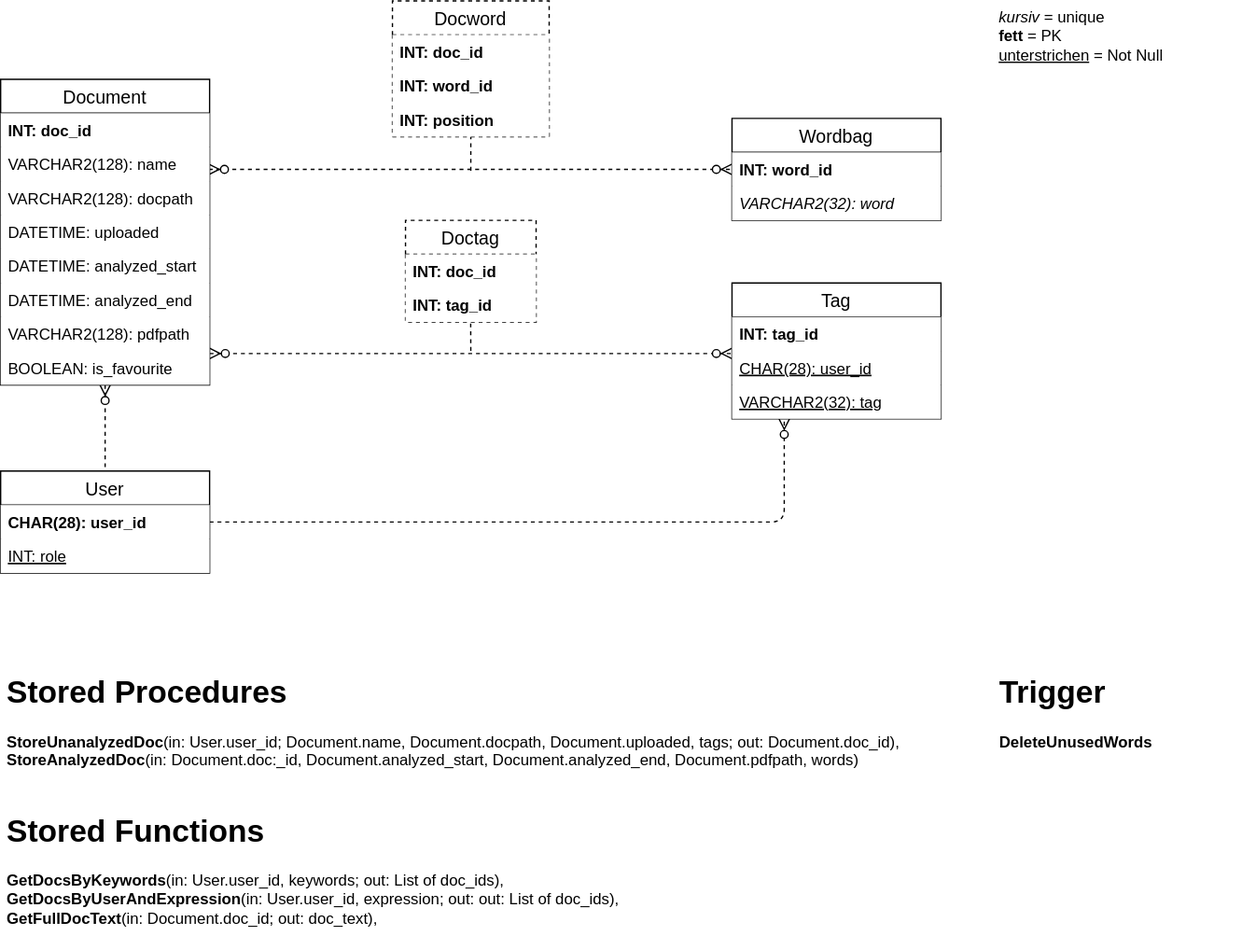
Above: docs/Dokumentation/img/doc-ver_Diagramme-ER-Diagramm.svg in doc-ver/Doku (draw.io), before the change. Source tidied: cells renumbered, new cells last; positions are measured from the earlier drawing's top-left corner, leaving out a move shared by most shapes.
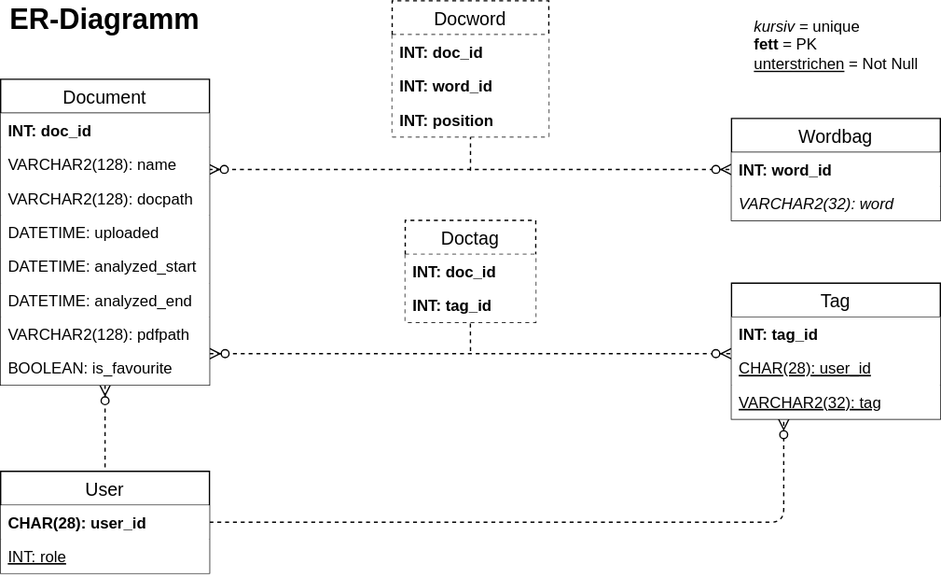
Later version of the same file.

Commit message:
Diagramme ueberarbeitet, Idee aus Expose hinzugefuegt

The edit, as a diff of the source:
```diff
@@ -2,123 +2,117 @@
   <root>
     <mxCell id="0" />
     <mxCell id="1" parent="0" />
-    <mxCell id="2" style="edgeStyle=entityRelationEdgeStyle;fontSize=12;html=1;endArrow=ERzeroToMany;endFill=1;startArrow=ERzeroToMany;exitX=0.996;exitY=0.654;exitDx=0;exitDy=0;entryX=0;entryY=0.5;entryDx=0;entryDy=0;dashed=1;exitPerimeter=0;" parent="1" edge="1" source="13" target="21">
+    <mxCell id="2" style="edgeStyle=entityRelationEdgeStyle;fontSize=12;html=1;endArrow=ERzeroToMany;endFill=1;startArrow=ERzeroToMany;exitX=0.996;exitY=0.654;exitDx=0;exitDy=0;entryX=0;entryY=0.5;entryDx=0;entryDy=0;dashed=1;exitPerimeter=0;" parent="1" edge="1" source="11" target="19">
       <mxGeometry relative="1" as="geometry" />
     </mxCell>
-    <mxCell id="3" style="endArrow=none;dashed=1;html=1;entryX=0.5;entryY=1;entryDx=0;entryDy=0;" parent="1" edge="1" target="23">
+    <mxCell id="3" style="endArrow=none;dashed=1;html=1;entryX=0.5;entryY=1;entryDx=0;entryDy=0;" parent="1" edge="1" target="21">
       <mxGeometry relative="1" as="geometry">
-        <mxPoint x="360" y="130" as="sourcePoint" />
+        <mxPoint x="547.5" y="123" as="sourcePoint" />
       </mxGeometry>
     </mxCell>
+    <mxCell id="38" value="ER-Diagramm" style="text;html=1;strokeColor=none;fillColor=none;align=center;verticalAlign=middle;whiteSpace=wrap;rounded=0;fontSize=22;fontStyle=1;" parent="1" vertex="1">
+      <mxGeometry x="192.5" y="-7" width="150" height="30" as="geometry" />
+    </mxCell>
-    <mxCell id="4" style="fontSize=12;html=1;endArrow=ERzeroToMany;endFill=1;startArrow=ERzeroToMany;dashed=1;entryX=0;entryY=0.077;entryDx=0;entryDy=0;entryPerimeter=0;" parent="1" edge="1" target="35">
+    <mxCell id="4" style="fontSize=12;html=1;endArrow=ERzeroToMany;endFill=1;startArrow=ERzeroToMany;dashed=1;entryX=0;entryY=0.077;entryDx=0;entryDy=0;entryPerimeter=0;" parent="1" edge="1" target="33">
       <mxGeometry relative="1" as="geometry">
-        <mxPoint x="160" y="270" as="sourcePoint" />
+        <mxPoint x="347.5" y="263" as="sourcePoint" />
       </mxGeometry>
     </mxCell>
-    <mxCell id="5" style="endArrow=none;dashed=1;html=1;entryX=0.499;entryY=0.999;entryDx=0;entryDy=0;entryPerimeter=0;" parent="1" edge="1" target="32">
+    <mxCell id="5" style="endArrow=none;dashed=1;html=1;entryX=0.499;entryY=0.999;entryDx=0;entryDy=0;entryPerimeter=0;" parent="1" edge="1" target="30">
       <mxGeometry relative="1" as="geometry">
-        <mxPoint x="360" y="268" as="sourcePoint" />
+        <mxPoint x="547.5" y="261" as="sourcePoint" />
       </mxGeometry>
     </mxCell>
     <mxCell id="6" value="&lt;div style=&quot;text-align: left&quot;&gt;&lt;span&gt;&lt;i&gt;kursiv &lt;/i&gt;= unique&lt;/span&gt;&lt;/div&gt;&lt;div style=&quot;text-align: left&quot;&gt;&lt;span&gt;&lt;b&gt;fett &lt;/b&gt;= PK&lt;/span&gt;&lt;/div&gt;&lt;div style=&quot;text-align: left&quot;&gt;&lt;span&gt;&lt;u&gt;unterstrichen&lt;/u&gt; = Not Null&lt;br&gt;&lt;/span&gt;&lt;/div&gt;" style="text;html=1;strokeColor=none;fillColor=none;align=center;verticalAlign=middle;whiteSpace=wrap;rounded=0;glass=0;dashed=1;" parent="1" vertex="1">
       <mxGeometry x="760" width="135" height="53" as="geometry" />
     </mxCell>
-    <mxCell id="7" style="fontSize=12;html=1;endArrow=none;endFill=0;startArrow=ERzeroToMany;exitX=0.5;exitY=1;exitDx=0;exitDy=0;dashed=1;entryX=0.5;entryY=0;entryDx=0;entryDy=0;" parent="1" edge="1" source="11" target="27">
+    <mxCell id="7" style="fontSize=12;html=1;endArrow=none;endFill=0;startArrow=ERzeroToMany;exitX=0.5;exitY=1;exitDx=0;exitDy=0;dashed=1;entryX=0.5;entryY=0;entryDx=0;entryDy=0;" parent="1" edge="1" source="9" target="25">
       <mxGeometry relative="1" as="geometry" />
     </mxCell>
-    <mxCell id="8" value="&lt;h1&gt;Stored Procedures&lt;/h1&gt;&lt;p&gt;&lt;b&gt;StoreUnanalyzedDoc&lt;/b&gt;(in: User.user_id; Document.name, Document.docpath, Document.uploaded, tags; out: Document.doc_id),&lt;br&gt;&lt;b&gt;StoreAnalyzedDoc&lt;/b&gt;(in: Document.doc:_id, Document.analyzed_start, Document.analyzed_end, Document.pdfpath, words)&lt;br&gt;&lt;/p&gt;" style="text;html=1;strokeColor=none;fillColor=none;spacing=5;spacingTop=-20;whiteSpace=wrap;overflow=hidden;rounded=0;" parent="1" vertex="1">
-      <mxGeometry y="510" width="710" height="106" as="geometry" />
+    <mxCell id="8" style="fontSize=12;html=1;endArrow=ERzeroToMany;endFill=1;startArrow=none;exitX=1;exitY=0.5;exitDx=0;exitDy=0;dashed=1;entryX=0.25;entryY=1;entryDx=0;entryDy=0;startFill=0;" parent="1" edge="1" source="25" target="31">
+      <mxGeometry relative="1" as="geometry">
+        <Array as="points">
+          <mxPoint x="787.5" y="392" />
+        </Array>
+      </mxGeometry>
     </mxCell>
-    <mxCell id="9" style="fontSize=12;html=1;endArrow=ERzeroToMany;endFill=1;startArrow=none;exitX=1;exitY=0.5;exitDx=0;exitDy=0;dashed=1;entryX=0.25;entryY=1;entryDx=0;entryDy=0;startFill=0;" parent="1" edge="1" source="27" target="33">
-      <mxGeometry relative="1" as="geometry">
-        <Array as="points">
-          <mxPoint x="600" y="399" />
-        </Array>
-      </mxGeometry>
+    <mxCell id="9" value="Document" style="swimlane;fontStyle=0;horizontal=1;startSize=26;align=center;fontSize=14;swimlaneLine=1;glass=0;" parent="1" vertex="1">
+      <mxGeometry x="187.5" y="53" width="160" height="234" as="geometry" />
     </mxCell>
-    <mxCell id="10" value="&lt;h1&gt;Trigger&lt;/h1&gt;&lt;p&gt;&lt;b&gt;DeleteUnusedWords&lt;br&gt;&lt;br&gt;&lt;/b&gt;&lt;/p&gt;" style="text;html=1;strokeColor=none;fillColor=none;spacing=5;spacingTop=-20;whiteSpace=wrap;overflow=hidden;rounded=0;" parent="1" vertex="1">
-      <mxGeometry x="760" y="510" width="190" height="120" as="geometry" />
+    <mxCell id="10" value="INT: doc_id" style="text;spacingLeft=4;spacingRight=4;overflow=hidden;fontSize=12;fontStyle=1;fillColor=#ffffff;" parent="9" vertex="1">
+      <mxGeometry y="26" width="160" height="26" as="geometry" />
     </mxCell>
-    <mxCell id="11" value="Document" style="swimlane;fontStyle=0;horizontal=1;startSize=26;align=center;fontSize=14;swimlaneLine=1;glass=0;" parent="1" vertex="1">
-      <mxGeometry y="60" width="160" height="234" as="geometry" />
+    <mxCell id="11" value="VARCHAR2(128): name" style="text;strokeColor=none;fillColor=#ffffff;spacingLeft=4;spacingRight=4;overflow=hidden;points=[[0,0.5],[1,0.5]];portConstraint=eastwest;fontSize=12;" parent="9" vertex="1">
+      <mxGeometry y="52" width="160" height="26" as="geometry" />
     </mxCell>
-    <mxCell id="12" value="INT: doc_id" style="text;spacingLeft=4;spacingRight=4;overflow=hidden;fontSize=12;fontStyle=1;fillColor=#ffffff;" parent="11" vertex="1">
-      <mxGeometry y="26" width="160" height="26" as="geometry" />
+    <mxCell id="12" value="VARCHAR2(128): docpath" style="text;strokeColor=none;fillColor=#ffffff;spacingLeft=4;spacingRight=4;overflow=hidden;fontSize=12;" parent="9" vertex="1">
+      <mxGeometry y="78" width="160" height="26" as="geometry" />
     </mxCell>
-    <mxCell id="13" value="VARCHAR2(128): name" style="text;strokeColor=none;fillColor=#ffffff;spacingLeft=4;spacingRight=4;overflow=hidden;points=[[0,0.5],[1,0.5]];portConstraint=eastwest;fontSize=12;" parent="11" vertex="1">
-      <mxGeometry y="52" width="160" height="26" as="geometry" />
+    <mxCell id="13" value="DATETIME: uploaded" style="text;strokeColor=none;fillColor=#ffffff;spacingLeft=4;spacingRight=4;overflow=hidden;points=[[0,0.5],[1,0.5]];portConstraint=eastwest;fontSize=12;" parent="9" vertex="1">
+      <mxGeometry y="104" width="160" height="26" as="geometry" />
     </mxCell>
-    <mxCell id="14" value="VARCHAR2(128): docpath" style="text;strokeColor=none;fillColor=#ffffff;spacingLeft=4;spacingRight=4;overflow=hidden;fontSize=12;" parent="11" vertex="1">
-      <mxGeometry y="78" width="160" height="26" as="geometry" />
+    <mxCell id="14" value="DATETIME: analyzed_start" style="text;strokeColor=none;fillColor=#ffffff;spacingLeft=4;spacingRight=4;overflow=hidden;fontSize=12;" parent="9" vertex="1">
+      <mxGeometry y="130" width="160" height="26" as="geometry" />
     </mxCell>
-    <mxCell id="15" value="DATETIME: uploaded" style="text;strokeColor=none;fillColor=#ffffff;spacingLeft=4;spacingRight=4;overflow=hidden;fontSize=12;" parent="11" vertex="1">
-      <mxGeometry y="104" width="160" height="26" as="geometry" />
+    <mxCell id="15" value="DATETIME: analyzed_end" style="text;strokeColor=none;fillColor=#ffffff;spacingLeft=4;spacingRight=4;overflow=hidden;fontSize=12;" parent="9" vertex="1">
+      <mxGeometry y="156" width="160" height="26" as="geometry" />
     </mxCell>
-    <mxCell id="16" value="DATETIME: analyzed_start" style="text;strokeColor=none;fillColor=#ffffff;spacingLeft=4;spacingRight=4;overflow=hidden;fontSize=12;" parent="11" vertex="1">
-      <mxGeometry y="130" width="160" height="26" as="geometry" />
+    <mxCell id="16" value="VARCHAR2(128): pdfpath" style="text;strokeColor=none;fillColor=#ffffff;spacingLeft=4;spacingRight=4;overflow=hidden;fontSize=12;" parent="9" vertex="1">
+      <mxGeometry y="182" width="160" height="26" as="geometry" />
     </mxCell>
-    <mxCell id="17" value="DATETIME: analyzed_end" style="text;strokeColor=none;fillColor=#ffffff;spacingLeft=4;spacingRight=4;overflow=hidden;fontSize=12;" parent="11" vertex="1">
-      <mxGeometry y="156" width="160" height="26" as="geometry" />
+    <mxCell id="17" value="BOOLEAN: is_favourite" style="text;strokeColor=none;fillColor=#ffffff;spacingLeft=4;spacingRight=4;overflow=hidden;fontSize=12;fontStyle=0;" parent="9" vertex="1">
+      <mxGeometry y="208" width="160" height="26" as="geometry" />
     </mxCell>
-    <mxCell id="18" value="VARCHAR2(128): pdfpath" style="text;strokeColor=none;fillColor=#ffffff;spacingLeft=4;spacingRight=4;overflow=hidden;fontSize=12;" parent="11" vertex="1">
-      <mxGeometry y="182" width="160" height="26" as="geometry" />
+    <mxCell id="18" value="Wordbag" style="swimlane;fontStyle=0;horizontal=1;startSize=26;align=center;fontSize=14;swimlaneLine=1;glass=0;" parent="1" vertex="1">
+      <mxGeometry x="747.5" y="83" width="160" height="78" as="geometry" />
     </mxCell>
-    <mxCell id="19" value="BOOLEAN: is_favourite" style="text;strokeColor=none;fillColor=#ffffff;spacingLeft=4;spacingRight=4;overflow=hidden;points=[[0,0.5],[1,0.5]];portConstraint=eastwest;fontSize=12;fontStyle=0;" parent="11" vertex="1">
-      <mxGeometry y="208" width="160" height="26" as="geometry" />
+    <mxCell id="19" value="INT: word_id" style="text;spacingLeft=4;spacingRight=4;overflow=hidden;points=[[0,0.5],[1,0.5]];portConstraint=eastwest;fontSize=12;fontStyle=1;fillColor=#ffffff;" parent="18" vertex="1">
+      <mxGeometry y="26" width="160" height="26" as="geometry" />
     </mxCell>
-    <mxCell id="20" value="Wordbag" style="swimlane;fontStyle=0;horizontal=1;startSize=26;align=center;fontSize=14;swimlaneLine=1;glass=0;" parent="1" vertex="1">
-      <mxGeometry x="560" y="90" width="160" height="78" as="geometry" />
+    <mxCell id="20" value="VARCHAR2(32): word" style="text;strokeColor=none;fillColor=#ffffff;spacingLeft=4;spacingRight=4;overflow=hidden;fontSize=12;fontStyle=2;" parent="18" vertex="1">
+      <mxGeometry y="52" width="160" height="26" as="geometry" />
     </mxCell>
-    <mxCell id="21" value="INT: word_id" style="text;spacingLeft=4;spacingRight=4;overflow=hidden;points=[[0,0.5],[1,0.5]];portConstraint=eastwest;fontSize=12;fontStyle=1;fillColor=#ffffff;" parent="20" vertex="1">
-      <mxGeometry y="26" width="160" height="26" as="geometry" />
+    <mxCell id="21" value="Docword" style="swimlane;fontStyle=0;horizontal=1;startSize=26;align=center;fontSize=14;swimlaneLine=1;glass=0;dashed=1;" parent="1" vertex="1">
+      <mxGeometry x="487.5" y="-7" width="120" height="104" as="geometry" />
     </mxCell>
-    <mxCell id="22" value="VARCHAR2(32): word" style="text;strokeColor=none;fillColor=#ffffff;spacingLeft=4;spacingRight=4;overflow=hidden;fontSize=12;fontStyle=2;" parent="20" vertex="1">
-      <mxGeometry y="52" width="160" height="26" as="geometry" />
+    <mxCell id="22" value="INT: doc_id" style="text;strokeColor=none;fillColor=#ffffff;spacingLeft=4;spacingRight=4;overflow=hidden;fontSize=12;fontStyle=1;" parent="21" vertex="1">
+      <mxGeometry y="26" width="120" height="26" as="geometry" />
     </mxCell>
-    <mxCell id="23" value="Docword" style="swimlane;fontStyle=0;horizontal=1;startSize=26;align=center;fontSize=14;swimlaneLine=1;glass=0;dashed=1;" parent="1" vertex="1">
-      <mxGeometry x="300" width="120" height="104" as="geometry" />
+    <mxCell id="23" value="INT: word_id" style="text;strokeColor=none;fillColor=#ffffff;spacingLeft=4;spacingRight=4;overflow=hidden;points=[[0,0.5],[1,0.5]];portConstraint=eastwest;fontSize=12;fontStyle=1;" parent="21" vertex="1">
+      <mxGeometry y="52" width="120" height="26" as="geometry" />
     </mxCell>
-    <mxCell id="24" value="INT: doc_id" style="text;strokeColor=none;fillColor=#ffffff;spacingLeft=4;spacingRight=4;overflow=hidden;fontSize=12;fontStyle=1;" parent="23" vertex="1">
-      <mxGeometry y="26" width="120" height="26" as="geometry" />
+    <mxCell id="24" value="INT: position" style="text;strokeColor=none;fillColor=#ffffff;spacingLeft=4;spacingRight=4;overflow=hidden;fontSize=12;fontStyle=1;" parent="21" vertex="1">
+      <mxGeometry y="78" width="120" height="26" as="geometry" />
     </mxCell>
-    <mxCell id="25" value="INT: word_id" style="text;strokeColor=none;fillColor=#ffffff;spacingLeft=4;spacingRight=4;overflow=hidden;points=[[0,0.5],[1,0.5]];portConstraint=eastwest;fontSize=12;fontStyle=1;" parent="23" vertex="1">
-      <mxGeometry y="52" width="120" height="26" as="geometry" />
+    <mxCell id="25" value="User" style="swimlane;fontStyle=0;horizontal=1;startSize=26;align=center;fontSize=14;swimlaneLine=1;glass=0;" parent="1" vertex="1">
+      <mxGeometry x="187.5" y="353" width="160" height="78" as="geometry" />
     </mxCell>
-    <mxCell id="26" value="INT: position" style="text;strokeColor=none;fillColor=#ffffff;spacingLeft=4;spacingRight=4;overflow=hidden;fontSize=12;fontStyle=1;" parent="23" vertex="1">
-      <mxGeometry y="78" width="120" height="26" as="geometry" />
+    <mxCell id="26" value="CHAR(28): user_id" style="text;spacingLeft=4;spacingRight=4;overflow=hidden;fontSize=12;fontStyle=1;fillColor=#ffffff;" parent="25" vertex="1">
+      <mxGeometry y="26" width="160" height="26" as="geometry" />
     </mxCell>
-    <mxCell id="27" value="User" style="swimlane;fontStyle=0;horizontal=1;startSize=26;align=center;fontSize=14;swimlaneLine=1;glass=0;" parent="1" vertex="1">
-      <mxGeometry y="360" width="160" height="78" as="geometry" />
+    <mxCell id="27" value="INT: role" style="text;strokeColor=none;fillColor=#ffffff;spacingLeft=4;spacingRight=4;overflow=hidden;points=[[0,0.5],[1,0.5]];portConstraint=eastwest;fontSize=12;fontStyle=4;" parent="25" vertex="1">
+      <mxGeometry y="52" width="160" height="26" as="geometry" />
     </mxCell>
-    <mxCell id="28" value="CHAR(28): user_id" style="text;spacingLeft=4;spacingRight=4;overflow=hidden;fontSize=12;fontStyle=1;fillColor=#ffffff;" parent="27" vertex="1">
-      <mxGeometry y="26" width="160" height="26" as="geometry" />
+    <mxCell id="28" value="Doctag" style="swimlane;fontStyle=0;horizontal=1;startSize=26;align=center;fontSize=14;swimlaneLine=1;glass=0;dashed=1;" parent="1" vertex="1">
+      <mxGeometry x="497.5" y="161" width="100" height="78" as="geometry" />
     </mxCell>
-    <mxCell id="29" value="INT: role" style="text;strokeColor=none;fillColor=#ffffff;spacingLeft=4;spacingRight=4;overflow=hidden;fontSize=12;fontStyle=4;" parent="27" vertex="1">
-      <mxGeometry y="52" width="160" height="26" as="geometry" />
+    <mxCell id="29" value="INT: doc_id" style="text;strokeColor=none;fillColor=#ffffff;spacingLeft=4;spacingRight=4;overflow=hidden;fontSize=12;fontStyle=1;" parent="28" vertex="1">
+      <mxGeometry y="26" width="100" height="26" as="geometry" />
     </mxCell>
-    <mxCell id="30" value="Doctag" style="swimlane;fontStyle=0;horizontal=1;startSize=26;align=center;fontSize=14;swimlaneLine=1;glass=0;dashed=1;" parent="1" vertex="1">
-      <mxGeometry x="310" y="168" width="100" height="78" as="geometry" />
+    <mxCell id="30" value="INT: tag_id" style="text;strokeColor=none;fillColor=#ffffff;spacingLeft=4;spacingRight=4;overflow=hidden;points=[[0,0.5],[1,0.5]];portConstraint=eastwest;fontSize=12;fontStyle=1;" parent="28" vertex="1">
+      <mxGeometry y="52" width="100" height="26" as="geometry" />
     </mxCell>
-    <mxCell id="31" value="INT: doc_id" style="text;strokeColor=none;fillColor=#ffffff;spacingLeft=4;spacingRight=4;overflow=hidden;points=[[0,0.5],[1,0.5]];portConstraint=eastwest;fontSize=12;fontStyle=1;" parent="30" vertex="1">
-      <mxGeometry y="26" width="100" height="26" as="geometry" />
+    <mxCell id="31" value="Tag" style="swimlane;fontStyle=0;horizontal=1;startSize=26;align=center;fontSize=14;swimlaneLine=1;glass=0;" parent="1" vertex="1">
+      <mxGeometry x="747.5" y="209" width="160" height="104" as="geometry" />
     </mxCell>
-    <mxCell id="32" value="INT: tag_id" style="text;strokeColor=none;fillColor=#ffffff;spacingLeft=4;spacingRight=4;overflow=hidden;points=[[0,0.5],[1,0.5]];portConstraint=eastwest;fontSize=12;fontStyle=1;" parent="30" vertex="1">
-      <mxGeometry y="52" width="100" height="26" as="geometry" />
+    <mxCell id="32" value="INT: tag_id" style="text;spacingLeft=4;spacingRight=4;overflow=hidden;points=[[0,0.5],[1,0.5]];portConstraint=eastwest;fontSize=12;fontStyle=1;fillColor=#ffffff;" parent="31" vertex="1">
+      <mxGeometry y="26" width="160" height="26" as="geometry" />
     </mxCell>
-    <mxCell id="33" value="Tag" style="swimlane;fontStyle=0;horizontal=1;startSize=26;align=center;fontSize=14;swimlaneLine=1;glass=0;" parent="1" vertex="1">
-      <mxGeometry x="560" y="216" width="160" height="104" as="geometry" />
+    <mxCell id="33" value="CHAR(28): user_id" style="text;spacingLeft=4;spacingRight=4;overflow=hidden;points=[[0,0.5],[1,0.5]];portConstraint=eastwest;fontSize=12;fontStyle=4;fillColor=#ffffff;" parent="31" vertex="1">
+      <mxGeometry y="52" width="160" height="26" as="geometry" />
     </mxCell>
-    <mxCell id="34" value="INT: tag_id" style="text;spacingLeft=4;spacingRight=4;overflow=hidden;fontSize=12;fontStyle=1;fillColor=#ffffff;" parent="33" vertex="1">
-      <mxGeometry y="26" width="160" height="26" as="geometry" />
+    <mxCell id="34" value="VARCHAR2(32): tag" style="text;strokeColor=none;fillColor=#ffffff;spacingLeft=4;spacingRight=4;overflow=hidden;fontSize=12;fontStyle=4;" parent="31" vertex="1">
+      <mxGeometry y="78" width="160" height="26" as="geometry" />
     </mxCell>
-    <mxCell id="35" value="CHAR(28): user_id" style="text;spacingLeft=4;spacingRight=4;overflow=hidden;points=[[0,0.5],[1,0.5]];portConstraint=eastwest;fontSize=12;fontStyle=4;fillColor=#ffffff;" parent="33" vertex="1">
-      <mxGeometry y="52" width="160" height="26" as="geometry" />
-    </mxCell>
-    <mxCell id="36" value="VARCHAR2(32): tag" style="text;strokeColor=none;fillColor=#ffffff;spacingLeft=4;spacingRight=4;overflow=hidden;fontSize=12;fontStyle=4;" parent="33" vertex="1">
-      <mxGeometry y="78" width="160" height="26" as="geometry" />
-    </mxCell>
-    <mxCell id="37" value="&lt;h1&gt;Stored Functions&lt;/h1&gt;&lt;p&gt;&lt;b&gt;GetDocsByKeywords&lt;/b&gt;(in: User.user_id, keywords; out: List of doc_ids),&lt;b&gt;&lt;br&gt;GetDocsByUserAndExpression&lt;/b&gt;(in: User.user_id, expression; out: out: List of doc_ids),&lt;br&gt;&lt;b&gt;GetFullDocText&lt;/b&gt;(in: Document.doc_id; out: doc_text),&lt;br&gt;&lt;br&gt;&lt;/p&gt;" style="text;html=1;strokeColor=none;fillColor=none;spacing=5;spacingTop=-20;whiteSpace=wrap;overflow=hidden;rounded=0;" parent="1" vertex="1">
-      <mxGeometry y="616" width="710" height="110" as="geometry" />
-    </mxCell>
   </root>
 </mxGraphModel>
```
